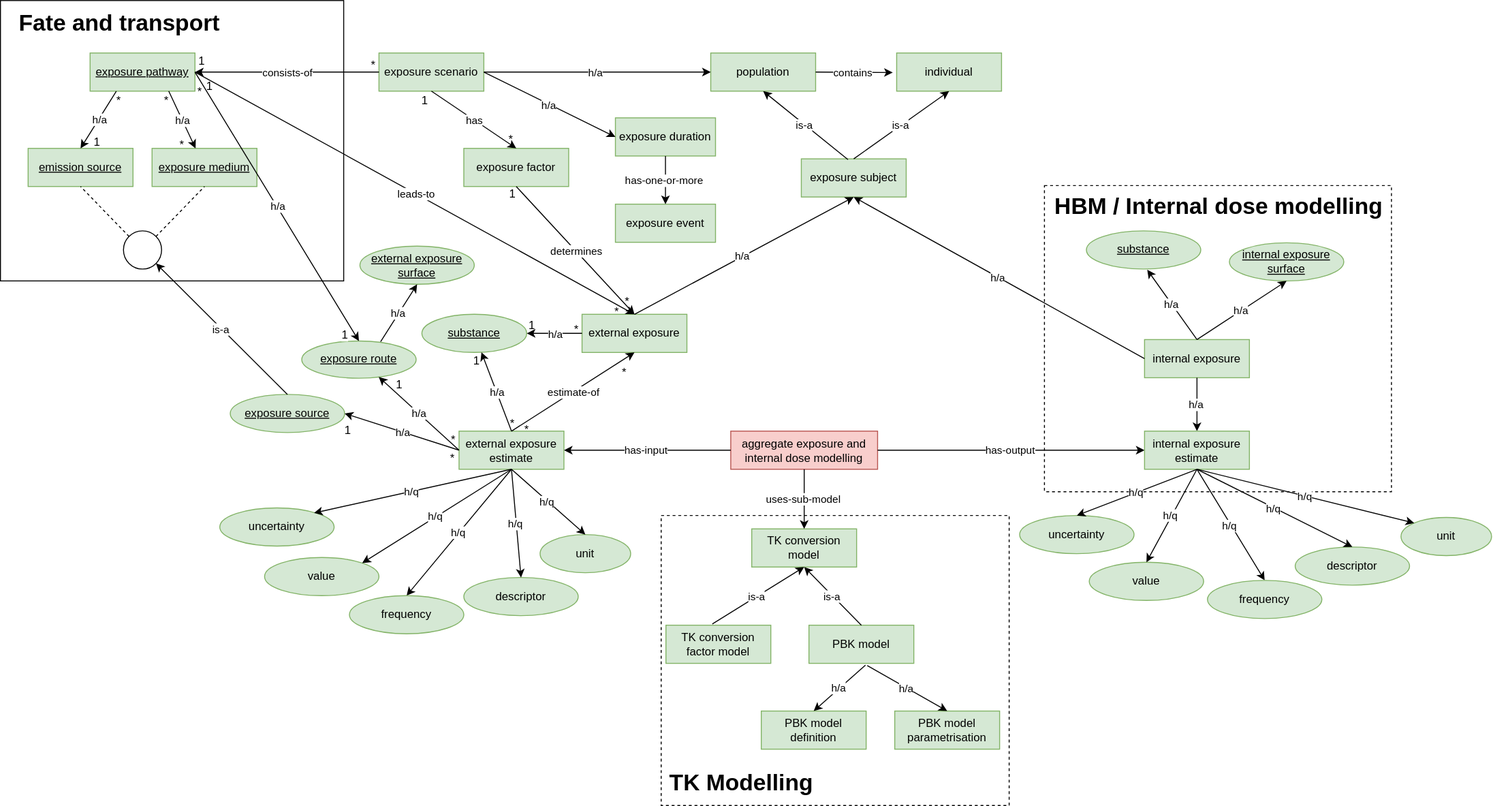
Before: diagrams/aggregate-exposure-modelling.drawio.svg, a diagram exported from draw.io (eu-parc/aggregate-exposure-modelling). Source tidied: cells renumbered, new cells last; positions are measured from the earlier drawing's top-left corner, leaving out a move shared by most shapes.
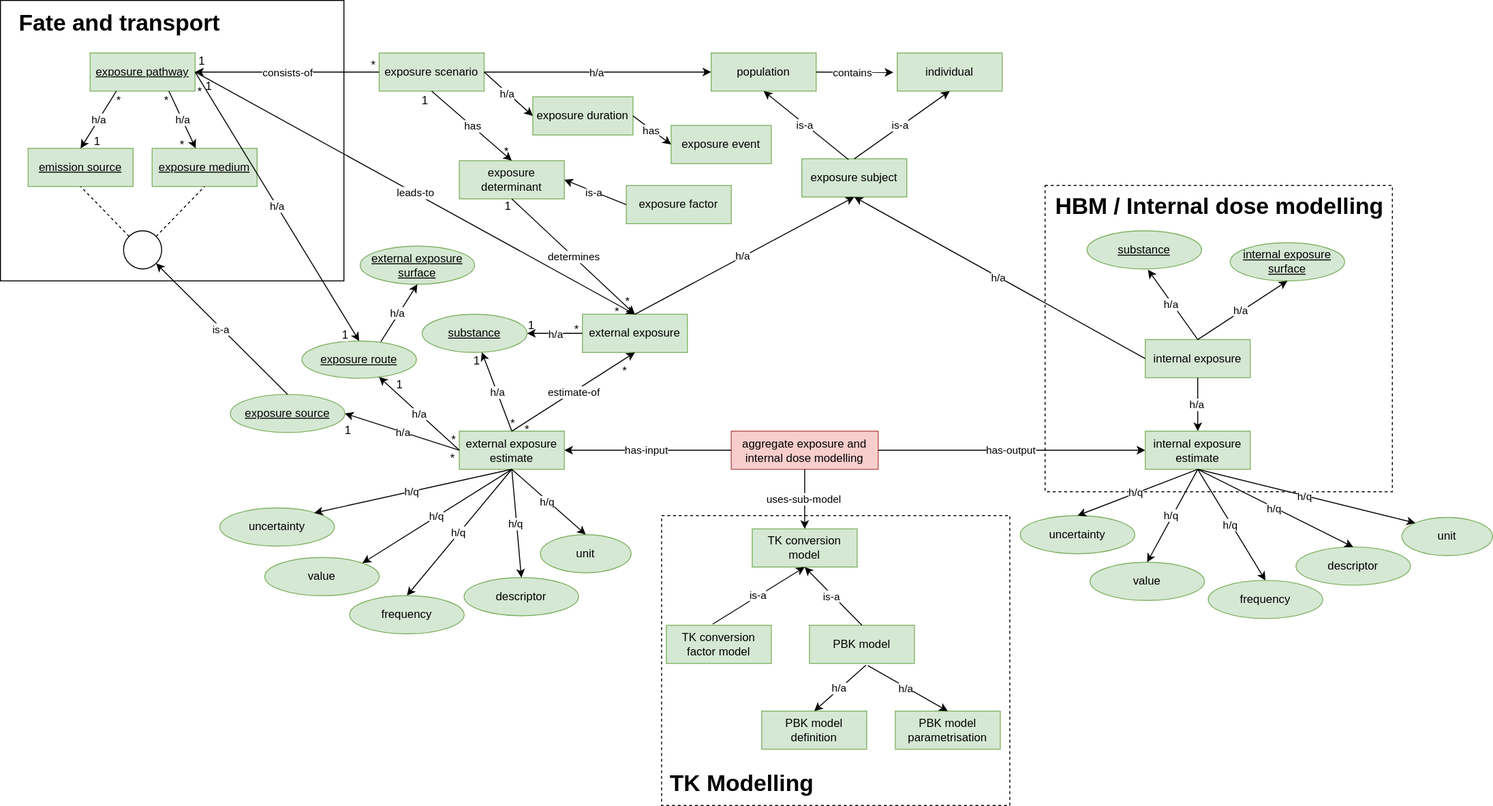
After the commit.

Commit message:
Add definition of exposure determinant as a super-class of exposure factors and update diagrams accordingly

Diff of the diagram source:
```diff
@@ -208,15 +208,15 @@
       <mxGeometry x="10" y="9" width="230" height="30" as="geometry" />
     </mxCell>
     <mxCell id="59" value="exposure duration" style="rounded=0;whiteSpace=wrap;html=1;fillColor=#d5e8d4;strokeColor=#82b366;fontColor=#000000;" parent="1" vertex="1">
-      <mxGeometry x="645" y="123" width="105" height="40" as="geometry" />
+      <mxGeometry x="558" y="101" width="105" height="40" as="geometry" />
     </mxCell>
     <mxCell id="60" value="exposure event" style="rounded=0;whiteSpace=wrap;html=1;fillColor=#d5e8d4;strokeColor=#82b366;fontColor=#000000;" parent="1" vertex="1">
-      <mxGeometry x="645" y="213.5" width="105" height="40" as="geometry" />
+      <mxGeometry x="703" y="131" width="105" height="40" as="geometry" />
     </mxCell>
-    <mxCell id="61" style="endArrow=classic;html=1;rounded=0;exitX=0.5;exitY=1;exitDx=0;exitDy=0;entryX=0.5;entryY=0;entryDx=0;entryDy=0;" parent="1" edge="1" source="59" target="60">
+    <mxCell id="61" style="endArrow=classic;html=1;rounded=0;exitX=1;exitY=0.5;exitDx=0;exitDy=0;entryX=0;entryY=0.5;entryDx=0;entryDy=0;" parent="1" edge="1" source="59" target="60">
       <mxGeometry relative="1" as="geometry" />
     </mxCell>
-    <mxCell id="62" value="has-one-or-more" style="edgeLabel;html=1;align=center;verticalAlign=middle;" parent="61" vertex="1">
+    <mxCell id="62" value="has" style="edgeLabel;html=1;align=center;verticalAlign=middle;" parent="61" vertex="1">
       <mxGeometry relative="1" as="geometry">
         <mxPoint x="-2" as="offset" />
       </mxGeometry>
@@ -380,8 +380,8 @@
     <mxCell id="105" style="edgeStyle=orthogonalEdgeStyle;rounded=0;orthogonalLoop=1;jettySize=auto;html=1;exitX=0.5;exitY=1;exitDx=0;exitDy=0;" parent="1" edge="1" source="77" target="77">
       <mxGeometry relative="1" as="geometry" />
     </mxCell>
-    <mxCell id="106" value="exposure factor" style="rounded=0;whiteSpace=wrap;html=1;fillColor=#d5e8d4;strokeColor=#82b366;fontStyle=0;fontColor=#050505;" parent="1" vertex="1">
-      <mxGeometry x="486" y="155" width="110" height="40" as="geometry" />
+    <mxCell id="106" value="exposure determinant" style="rounded=0;whiteSpace=wrap;html=1;fillColor=#d5e8d4;strokeColor=#82b366;fontStyle=0;fontColor=#050505;" parent="1" vertex="1">
+      <mxGeometry x="481" y="168" width="110" height="40" as="geometry" />
     </mxCell>
     <mxCell id="107" style="endArrow=classic;html=1;rounded=0;exitX=0.5;exitY=1;exitDx=0;exitDy=0;entryX=0.5;entryY=0;entryDx=0;entryDy=0;" parent="1" edge="1" source="106" target="5">
       <mxGeometry relative="1" as="geometry" />
@@ -572,5 +572,16 @@
     <mxCell id="155" value="frequency" style="ellipse;whiteSpace=wrap;html=1;fillColor=#d5e8d4;strokeColor=#82b366;fontStyle=0;fontColor=#000000;" parent="1" vertex="1">
       <mxGeometry x="1266" y="608" width="120" height="40" as="geometry" />
     </mxCell>
+    <mxCell id="156" value="exposure factor" style="rounded=0;whiteSpace=wrap;html=1;fillColor=#d5e8d4;strokeColor=#82b366;fontStyle=0;fontColor=#050505;" parent="1" vertex="1">
+      <mxGeometry x="656" y="194" width="110" height="40" as="geometry" />
+    </mxCell>
+    <mxCell id="157" style="endArrow=classic;html=1;rounded=0;exitX=0;exitY=0.5;exitDx=0;exitDy=0;entryX=1;entryY=0.5;entryDx=0;entryDy=0;" parent="1" edge="1" source="156" target="106">
+      <mxGeometry relative="1" as="geometry" />
+    </mxCell>
+    <mxCell id="158" value="is-a" style="edgeLabel;html=1;align=center;verticalAlign=middle;" parent="157" vertex="1">
+      <mxGeometry relative="1" as="geometry">
+        <mxPoint x="-2" as="offset" />
+      </mxGeometry>
+    </mxCell>
   </root>
 </mxGraphModel>
```
